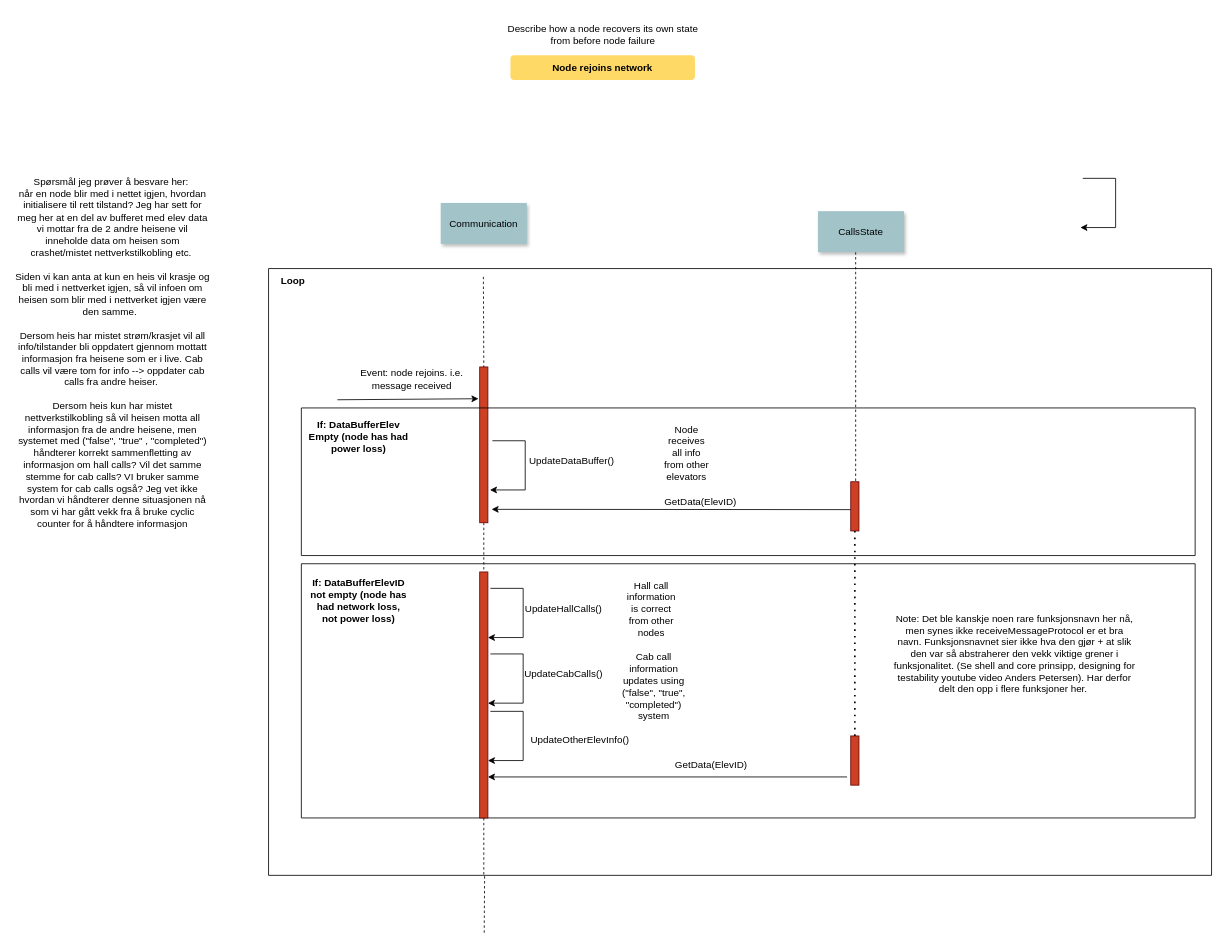
Earlier version of the draw.io diagram Diagrammer/NodeRecovery.drawio (MathiasSagerup/Sanntid). Source tidied: cells renumbered, new cells numbered last; positions are measured from the earlier drawing's top-left corner, leaving out a move shared by most shapes. Both pictures are drawn from the tidied source at 82%, with x=0, y=0 at pixel (14, 14).
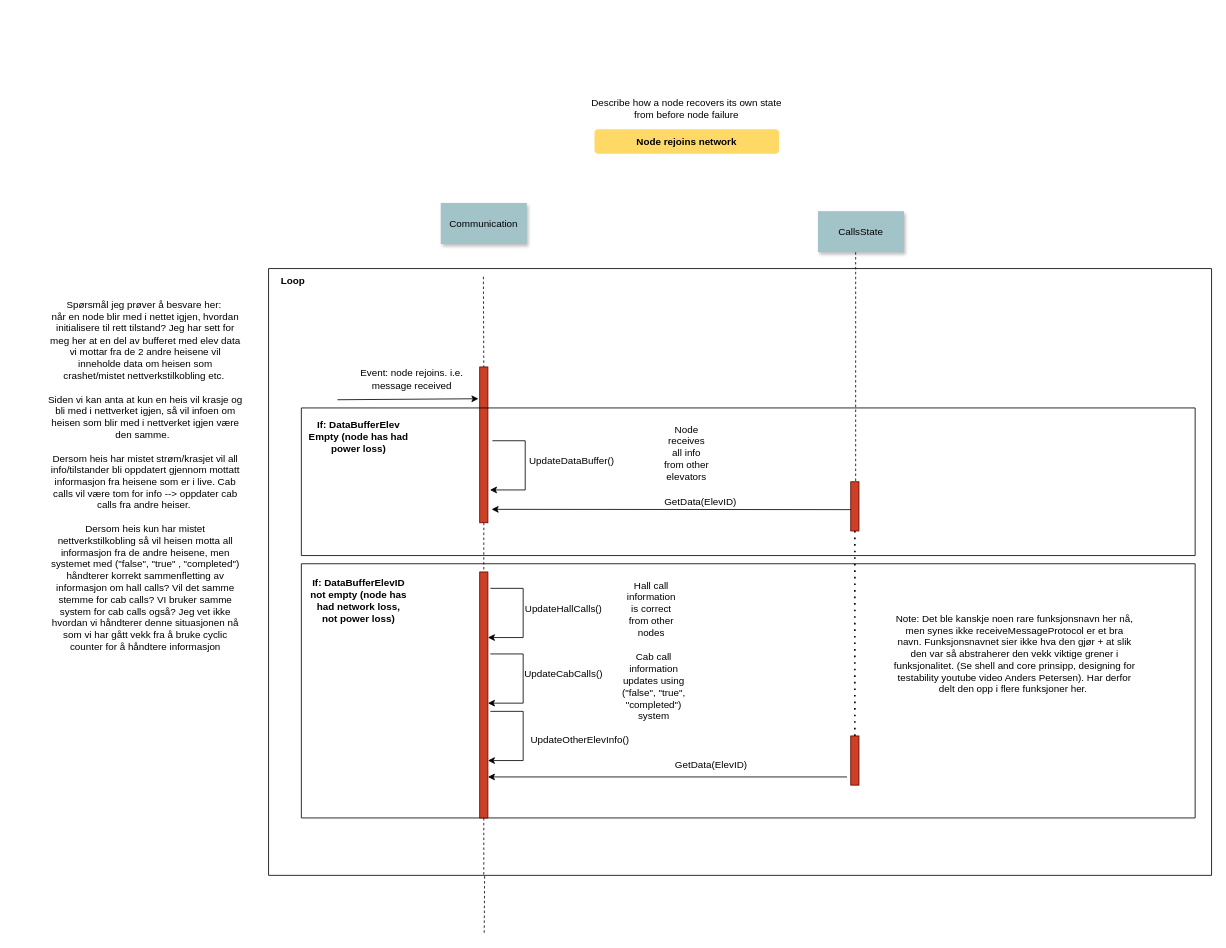
The same diagram, later.

Diff of the diagram source:
```diff
@@
     <mxCell id="2" value="Node rejoins network" style="rounded=1;fontStyle=1;fillColor=#FFD966;strokeColor=none;" parent="1" vertex="1">
-      <mxGeometry x="605" y="50" width="225" height="30" as="geometry" />
+      <mxGeometry x="707.5" y="140" width="225" height="30" as="geometry" />
     </mxCell>
@@
     <mxCell id="31" value="Describe how a node recovers its own state from before node failure" style="text;html=1;whiteSpace=wrap;strokeColor=none;fillColor=none;align=center;verticalAlign=middle;rounded=0;" parent="1" vertex="1">
-      <mxGeometry x="597.5" width="240" height="50" as="geometry" />
+      <mxGeometry x="700" y="90" width="240" height="50" as="geometry" />
     </mxCell>
     <mxCell id="32" value="Spørsmål jeg prøver å besvare her:&amp;nbsp;&lt;div&gt;når en node blir med i nettet igjen, hvordan initialisere til rett tilstand? Jeg har sett for meg her at en del av bufferet med elev data vi mottar fra de 2 andre heisene vil inneholde data om heisen som crashet/mistet nettverkstilkobling etc.&amp;nbsp;&lt;/div&gt;&lt;div&gt;&lt;br&gt;&lt;/div&gt;&lt;div&gt;Siden vi kan anta at kun en heis vil krasje og bli med i nettverket igjen, så vil infoen om heisen som blir med i nettverket igjen være den samme.&amp;nbsp;&amp;nbsp;&lt;/div&gt;&lt;div&gt;&lt;br&gt;&lt;/div&gt;&lt;div&gt;Dersom heis har mistet strøm/krasjet vil all info/tilstander bli oppdatert gjennom mottatt informasjon fra heisene som er i live. Cab calls vil være tom for info --&amp;gt; oppdater cab calls fra andre heiser.&amp;nbsp;&lt;/div&gt;&lt;div&gt;&lt;br&gt;&lt;/div&gt;&lt;div&gt;Dersom heis kun har mistet nettverkstilkobling så vil heisen motta all informasjon fra de andre heisene, men systemet med (&quot;false&quot;, &quot;true&quot; , &quot;completed&quot;) håndterer korrekt sammenfletting av informasjon om hall calls? Vil det samme stemme for cab calls? VI bruker samme system for cab calls også? Jeg vet ikke hvordan vi håndterer denne situasjonen nå som vi har gått vekk fra å bruke cyclic counter for å håndtere informasjon&lt;/div&gt;&lt;div&gt;&lt;br&gt;&lt;/div&gt;" style="text;html=1;whiteSpace=wrap;strokeColor=none;fillColor=none;align=center;verticalAlign=middle;rounded=0;" parent="1" vertex="1">
-      <mxGeometry y="200" width="240" height="440" as="geometry" />
+      <mxGeometry x="40" y="350" width="240" height="440" as="geometry" />
     </mxCell>
@@
-    <mxCell id="39" style="edgeStyle=none;orthogonalLoop=1;jettySize=auto;html=1;rounded=0;" parent="1" edge="1">
-      <mxGeometry relative="1" as="geometry">
-        <mxPoint x="1303" y="200" as="sourcePoint" />
-        <mxPoint x="1300" y="260" as="targetPoint" />
-        <Array as="points">
-          <mxPoint x="1343" y="200" />
-          <mxPoint x="1343" y="230" />
-          <mxPoint x="1343" y="260" />
-        </Array>
-      </mxGeometry>
-    </mxCell>
```
